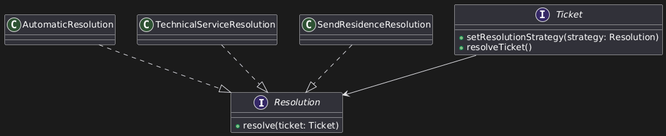
Before: img/strategy.png, a diagram exported from PlantUML (DilanUni/design-patterns-Ing).
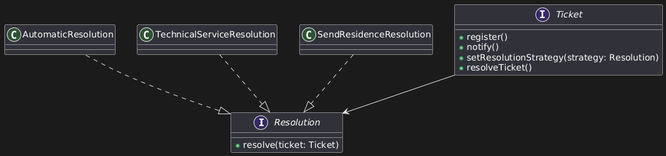
The same file after the commit.

Commit message:
actualizar diagrama del sistema para mantener la coherencia

Diff of the diagram source:
```diff
@@ -8,9 +8,12 @@
 class SendResidenceResolution
 
 interface Ticket {
+    +register()
+    +notify()
     +setResolutionStrategy(strategy: Resolution)
     +resolveTicket()
 }
+
 
 AutomaticResolution ..|> Resolution
 TechnicalServiceResolution ..|> Resolution
```
